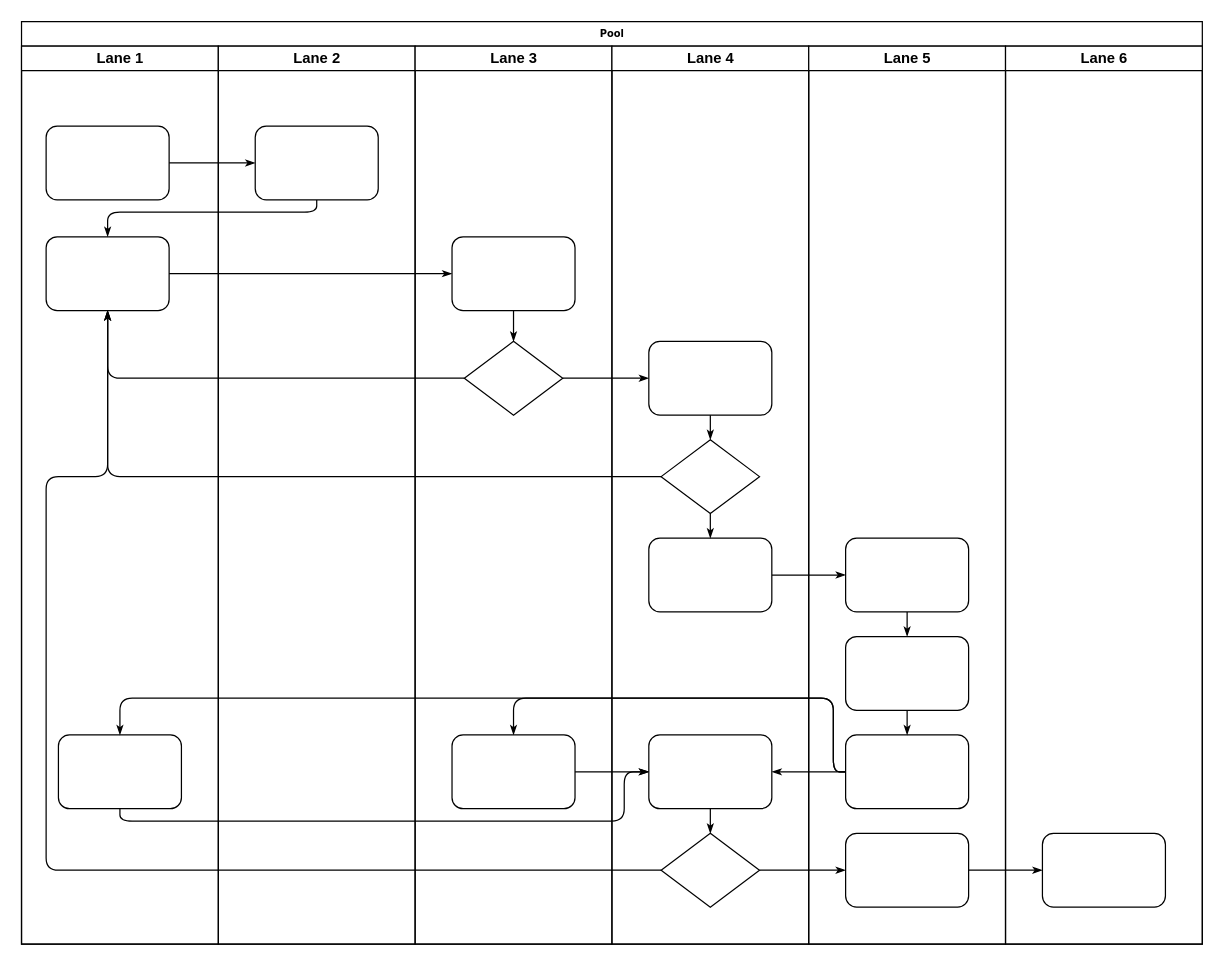
yunlongwen/draw.io keeps this draw.io diagram as 亮暗线打屏.drawio. Above is the earlier version. Source tidied: cells renumbered, new cells numbered last; positions are measured from the earlier drawing's top-left corner, leaving out a move shared by most shapes. Both pictures are drawn from the tidied source at 123%, with x=0, y=0 at pixel (21, 21).
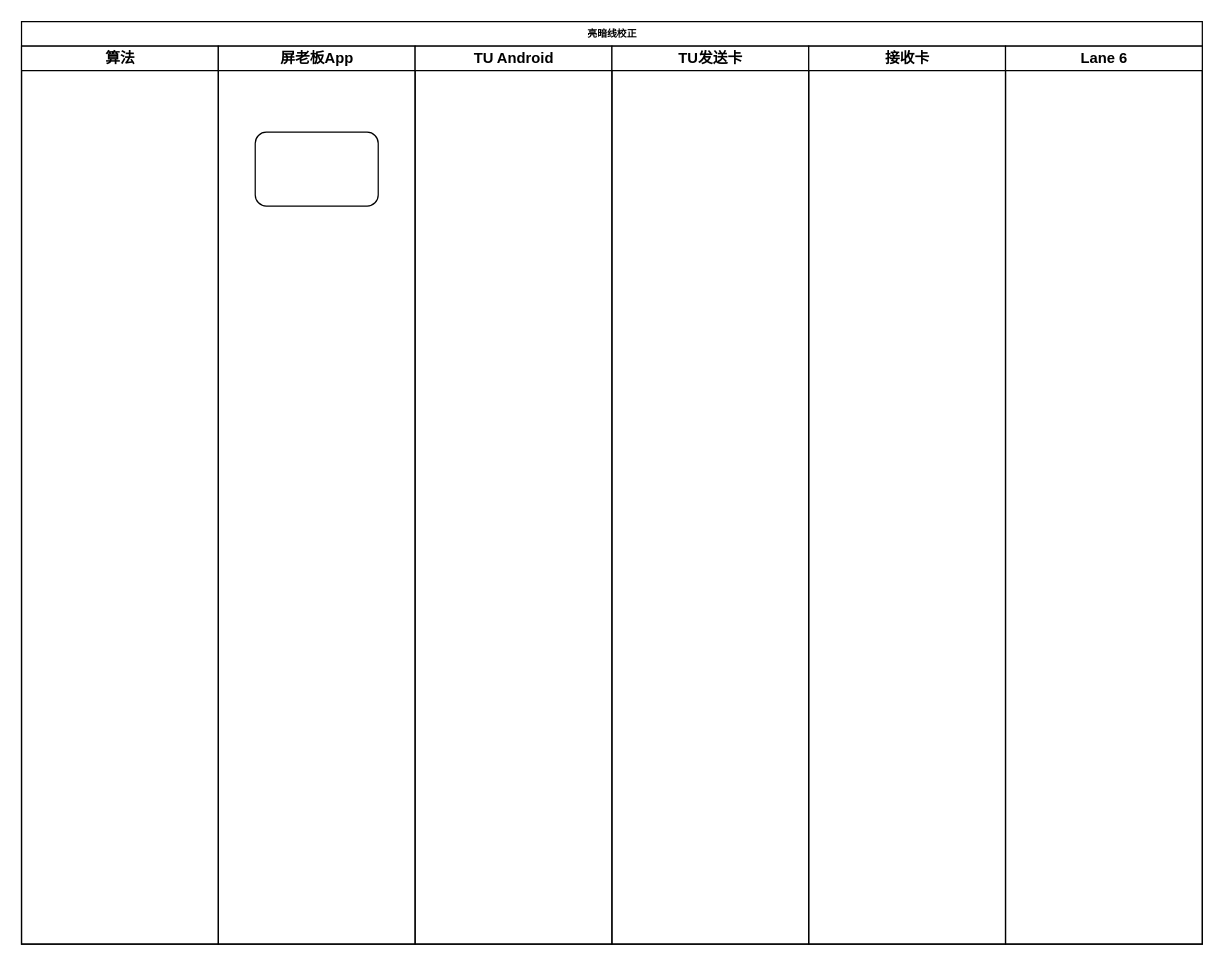
After the change.

Commit message:
更新亮暗线打屏.drawio

The change refers to these unchanged cells:
```xml
<mxCell id="45" value="Lane 6" style="swimlane;html=1;startSize=20;" parent="2" vertex="1">
  <mxGeometry x="800" y="20" width="160" height="730" as="geometry" />
</mxCell>
```

Diff of the diagram source:
```diff
@@
-    <mxCell id="2" value="Pool" style="swimlane;html=1;startSize=20;rounded=0;shadow=0;labelBackgroundColor=none;strokeWidth=1;fontFamily=Verdana;fontSize=8;align=center;" parent="1" vertex="1">
+    <mxCell id="2" value="亮暗线校正" style="swimlane;html=1;startSize=20;rounded=0;shadow=0;labelBackgroundColor=none;strokeWidth=1;fontFamily=Verdana;fontSize=8;align=center;" parent="1" vertex="1">
       <mxGeometry width="960" height="750" as="geometry" />
     </mxCell>
-    <mxCell id="3" value="Lane 1" style="swimlane;html=1;startSize=20;" parent="2" vertex="1">
+    <mxCell id="3" value="算法" style="swimlane;html=1;startSize=20;" parent="2" vertex="1">
       <mxGeometry y="20" width="160" height="730" as="geometry" />
     </mxCell>
+    <mxCell id="22" value="屏老板App" style="swimlane;html=1;startSize=20;" parent="2" vertex="1">
+      <mxGeometry x="160" y="20" width="160" height="730" as="geometry" />
+    </mxCell>
-    <mxCell id="4" style="rounded=1;whiteSpace=wrap;html=1;shadow=0;labelBackgroundColor=none;strokeWidth=1;fontFamily=Verdana;fontSize=8;align=center;" parent="3" vertex="1">
-      <mxGeometry x="20" y="65" width="100" height="60" as="geometry" />
+    <mxCell id="4" style="rounded=1;whiteSpace=wrap;html=1;shadow=0;labelBackgroundColor=none;strokeWidth=1;fontFamily=Verdana;fontSize=8;align=center;" parent="22" vertex="1">
+      <mxGeometry x="30" y="70" width="100" height="60" as="geometry" />
     </mxCell>
-    <mxCell id="5" style="rounded=1;whiteSpace=wrap;html=1;shadow=0;labelBackgroundColor=none;strokeWidth=1;fontFamily=Verdana;fontSize=8;align=center;" parent="3" vertex="1">
-      <mxGeometry x="20" y="155" width="100" height="60" as="geometry" />
-    </mxCell>
-    <mxCell id="6" style="rounded=1;whiteSpace=wrap;html=1;shadow=0;labelBackgroundColor=none;strokeWidth=1;fontFamily=Verdana;fontSize=8;align=center;" parent="3" vertex="1">
-      <mxGeometry x="30" y="560" width="100" height="60" as="geometry" />
-    </mxCell>
-    <mxCell id="7" style="edgeStyle=orthogonalEdgeStyle;rounded=1;html=1;labelBackgroundColor=none;startArrow=none;startFill=0;startSize=5;endArrow=classicThin;endFill=1;endSize=5;jettySize=auto;strokeWidth=1;fontFamily=Verdana;fontSize=8;" parent="2" edge="1" source="4" target="23">
-      <mxGeometry relative="1" as="geometry" />
-    </mxCell>
-    <mxCell id="8" style="edgeStyle=orthogonalEdgeStyle;rounded=1;html=1;labelBackgroundColor=none;startArrow=none;startFill=0;startSize=5;endArrow=classicThin;endFill=1;endSize=5;jettySize=auto;strokeWidth=1;fontFamily=Verdana;fontSize=8;" parent="2" edge="1" source="23" target="5">
-      <mxGeometry relative="1" as="geometry">
-        <Array as="points">
-          <mxPoint x="240" y="155" />
-          <mxPoint x="70" y="155" />
-        </Array>
-      </mxGeometry>
-    </mxCell>
-    <mxCell id="9" style="edgeStyle=orthogonalEdgeStyle;rounded=1;html=1;labelBackgroundColor=none;startArrow=none;startFill=0;startSize=5;endArrow=classicThin;endFill=1;endSize=5;jettySize=auto;strokeWidth=1;fontFamily=Verdana;fontSize=8;" parent="2" edge="1" source="5" target="25">
-      <mxGeometry relative="1" as="geometry" />
-    </mxCell>
-    <mxCell id="10" style="edgeStyle=orthogonalEdgeStyle;rounded=1;html=1;labelBackgroundColor=none;startArrow=none;startFill=0;startSize=5;endArrow=classicThin;endFill=1;endSize=5;jettySize=auto;strokeWidth=1;fontFamily=Verdana;fontSize=8;" parent="2" edge="1" source="26" target="5">
-      <mxGeometry relative="1" as="geometry" />
-    </mxCell>
-    <mxCell id="11" style="edgeStyle=orthogonalEdgeStyle;rounded=1;html=1;labelBackgroundColor=none;startArrow=none;startFill=0;startSize=5;endArrow=classicThin;endFill=1;endSize=5;jettySize=auto;strokeWidth=1;fontFamily=Verdana;fontSize=8;" parent="2" edge="1" source="31" target="5">
-      <mxGeometry relative="1" as="geometry" />
-    </mxCell>
-    <mxCell id="12" style="edgeStyle=orthogonalEdgeStyle;rounded=1;html=1;labelBackgroundColor=none;startArrow=none;startFill=0;startSize=5;endArrow=classicThin;endFill=1;endSize=5;jettySize=auto;strokeWidth=1;fontFamily=Verdana;fontSize=8;" parent="2" edge="1" source="34" target="5">
-      <mxGeometry relative="1" as="geometry">
-        <Array as="points">
-          <mxPoint x="20" y="690" />
-          <mxPoint x="20" y="370" />
-          <mxPoint x="70" y="370" />
-        </Array>
-      </mxGeometry>
-    </mxCell>
-    <mxCell id="13" style="edgeStyle=orthogonalEdgeStyle;rounded=1;html=1;labelBackgroundColor=none;startArrow=none;startFill=0;startSize=5;endArrow=classicThin;endFill=1;endSize=5;jettySize=auto;strokeWidth=1;fontFamily=Verdana;fontSize=8;" parent="2" edge="1" source="26" target="30">
-      <mxGeometry relative="1" as="geometry" />
-    </mxCell>
-    <mxCell id="14" style="edgeStyle=orthogonalEdgeStyle;rounded=1;html=1;labelBackgroundColor=none;startArrow=none;startFill=0;startSize=5;endArrow=classicThin;endFill=1;endSize=5;jettySize=auto;strokeWidth=1;fontFamily=Verdana;fontSize=8;" parent="2" edge="1" source="34" target="42">
-      <mxGeometry relative="1" as="geometry" />
-    </mxCell>
-    <mxCell id="15" style="edgeStyle=orthogonalEdgeStyle;rounded=1;html=1;labelBackgroundColor=none;startArrow=none;startFill=0;startSize=5;endArrow=classicThin;endFill=1;endSize=5;jettySize=auto;strokeWidth=1;fontFamily=Verdana;fontSize=8;" parent="2" edge="1" source="42" target="46">
-      <mxGeometry relative="1" as="geometry" />
-    </mxCell>
-    <mxCell id="16" style="edgeStyle=orthogonalEdgeStyle;rounded=1;html=1;labelBackgroundColor=none;startArrow=none;startFill=0;startSize=5;endArrow=classicThin;endFill=1;endSize=5;jettySize=auto;strokeWidth=1;fontFamily=Verdana;fontSize=8;" parent="2" edge="1" source="32" target="39">
-      <mxGeometry relative="1" as="geometry" />
-    </mxCell>
-    <mxCell id="17" style="edgeStyle=orthogonalEdgeStyle;rounded=1;html=1;labelBackgroundColor=none;startArrow=none;startFill=0;startSize=5;endArrow=classicThin;endFill=1;endSize=5;jettySize=auto;strokeWidth=1;fontFamily=Verdana;fontSize=8;" parent="2" edge="1" source="41" target="27">
-      <mxGeometry relative="1" as="geometry">
-        <Array as="points">
-          <mxPoint x="660" y="610" />
-          <mxPoint x="660" y="550" />
-          <mxPoint x="400" y="550" />
-        </Array>
-      </mxGeometry>
-    </mxCell>
-    <mxCell id="18" style="edgeStyle=orthogonalEdgeStyle;rounded=1;html=1;labelBackgroundColor=none;startArrow=none;startFill=0;startSize=5;endArrow=classicThin;endFill=1;endSize=5;jettySize=auto;strokeColor=#000000;strokeWidth=1;fontFamily=Verdana;fontSize=8;fontColor=#000000;" parent="2" edge="1" source="41" target="33">
-      <mxGeometry relative="1" as="geometry" />
-    </mxCell>
-    <mxCell id="19" style="edgeStyle=orthogonalEdgeStyle;rounded=1;html=1;labelBackgroundColor=none;startArrow=none;startFill=0;startSize=5;endArrow=classicThin;endFill=1;endSize=5;jettySize=auto;strokeWidth=1;fontFamily=Verdana;fontSize=8;" parent="2" edge="1" source="41" target="6">
-      <mxGeometry relative="1" as="geometry">
-        <Array as="points">
-          <mxPoint x="660" y="610" />
-          <mxPoint x="660" y="550" />
-          <mxPoint x="80" y="550" />
-        </Array>
-      </mxGeometry>
-    </mxCell>
-    <mxCell id="20" style="edgeStyle=orthogonalEdgeStyle;rounded=1;html=1;labelBackgroundColor=none;startArrow=none;startFill=0;startSize=5;endArrow=classicThin;endFill=1;endSize=5;jettySize=auto;strokeWidth=1;fontFamily=Verdana;fontSize=8;" parent="2" edge="1" source="6" target="33">
-      <mxGeometry relative="1" as="geometry">
-        <Array as="points">
-          <mxPoint x="80" y="650" />
-          <mxPoint x="490" y="650" />
-          <mxPoint x="490" y="610" />
-        </Array>
-      </mxGeometry>
-    </mxCell>
-    <mxCell id="21" style="edgeStyle=orthogonalEdgeStyle;rounded=1;html=1;labelBackgroundColor=none;startArrow=none;startFill=0;startSize=5;endArrow=classicThin;endFill=1;endSize=5;jettySize=auto;strokeWidth=1;fontFamily=Verdana;fontSize=8;" parent="2" edge="1" source="27" target="33">
-      <mxGeometry relative="1" as="geometry" />
-    </mxCell>
-    <mxCell id="22" value="Lane 2" style="swimlane;html=1;startSize=20;" parent="2" vertex="1">
-      <mxGeometry x="160" y="20" width="160" height="730" as="geometry" />
-    </mxCell>
-    <mxCell id="23" style="rounded=1;whiteSpace=wrap;html=1;shadow=0;labelBackgroundColor=none;strokeWidth=1;fontFamily=Verdana;fontSize=8;align=center;" parent="22" vertex="1">
-      <mxGeometry x="30" y="65" width="100" height="60" as="geometry" />
-    </mxCell>
-    <mxCell id="24" value="Lane 3" style="swimlane;html=1;startSize=20;" parent="2" vertex="1">
+    <mxCell id="24" value="TU Android" style="swimlane;html=1;startSize=20;" parent="2" vertex="1">
       <mxGeometry x="320" y="20" width="160" height="730" as="geometry" />
     </mxCell>
-    <mxCell id="25" style="rounded=1;whiteSpace=wrap;html=1;shadow=0;labelBackgroundColor=none;strokeWidth=1;fontFamily=Verdana;fontSize=8;align=center;" parent="24" vertex="1">
-      <mxGeometry x="30" y="155" width="100" height="60" as="geometry" />
-    </mxCell>
-    <mxCell id="26" style="rhombus;whiteSpace=wrap;html=1;rounded=0;shadow=0;labelBackgroundColor=none;strokeWidth=1;fontFamily=Verdana;fontSize=8;align=center;" parent="24" vertex="1">
-      <mxGeometry x="40" y="240" width="80" height="60" as="geometry" />
-    </mxCell>
-    <mxCell id="27" style="rounded=1;whiteSpace=wrap;html=1;shadow=0;labelBackgroundColor=none;strokeWidth=1;fontFamily=Verdana;fontSize=8;align=center;" parent="24" vertex="1">
-      <mxGeometry x="30" y="560" width="100" height="60" as="geometry" />
-    </mxCell>
-    <mxCell id="28" style="edgeStyle=orthogonalEdgeStyle;rounded=1;html=1;labelBackgroundColor=none;startArrow=none;startFill=0;startSize=5;endArrow=classicThin;endFill=1;endSize=5;jettySize=auto;strokeWidth=1;fontFamily=Verdana;fontSize=8;" parent="24" edge="1" source="25" target="26">
-      <mxGeometry relative="1" as="geometry" />
-    </mxCell>
-    <mxCell id="29" value="Lane 4" style="swimlane;html=1;startSize=20;" parent="2" vertex="1">
+    <mxCell id="29" value="TU发送卡" style="swimlane;html=1;startSize=20;" parent="2" vertex="1">
       <mxGeometry x="480" y="20" width="160" height="730" as="geometry" />
     </mxCell>
-    <mxCell id="30" style="rounded=1;whiteSpace=wrap;html=1;shadow=0;labelBackgroundColor=none;strokeWidth=1;fontFamily=Verdana;fontSize=8;align=center;" parent="29" vertex="1">
-      <mxGeometry x="30" y="240" width="100" height="60" as="geometry" />
-    </mxCell>
-    <mxCell id="31" style="rhombus;whiteSpace=wrap;html=1;rounded=0;shadow=0;labelBackgroundColor=none;strokeWidth=1;fontFamily=Verdana;fontSize=8;align=center;" parent="29" vertex="1">
-      <mxGeometry x="40" y="320" width="80" height="60" as="geometry" />
-    </mxCell>
-    <mxCell id="32" style="rounded=1;whiteSpace=wrap;html=1;shadow=0;labelBackgroundColor=none;strokeWidth=1;fontFamily=Verdana;fontSize=8;align=center;" parent="29" vertex="1">
-      <mxGeometry x="30" y="400" width="100" height="60" as="geometry" />
-    </mxCell>
-    <mxCell id="33" style="rounded=1;whiteSpace=wrap;html=1;shadow=0;labelBackgroundColor=none;strokeWidth=1;fontFamily=Verdana;fontSize=8;align=center;" parent="29" vertex="1">
-      <mxGeometry x="30" y="560" width="100" height="60" as="geometry" />
-    </mxCell>
-    <mxCell id="34" style="rhombus;whiteSpace=wrap;html=1;rounded=0;shadow=0;labelBackgroundColor=none;strokeWidth=1;fontFamily=Verdana;fontSize=8;align=center;" parent="29" vertex="1">
-      <mxGeometry x="40" y="640" width="80" height="60" as="geometry" />
-    </mxCell>
-    <mxCell id="35" style="edgeStyle=orthogonalEdgeStyle;rounded=1;html=1;labelBackgroundColor=none;startArrow=none;startFill=0;startSize=5;endArrow=classicThin;endFill=1;endSize=5;jettySize=auto;strokeColor=#000000;strokeWidth=1;fontFamily=Verdana;fontSize=8;fontColor=#000000;" parent="29" edge="1" source="30" target="31">
-      <mxGeometry relative="1" as="geometry" />
-    </mxCell>
-    <mxCell id="36" style="edgeStyle=orthogonalEdgeStyle;rounded=1;html=1;labelBackgroundColor=none;startArrow=none;startFill=0;startSize=5;endArrow=classicThin;endFill=1;endSize=5;jettySize=auto;strokeWidth=1;fontFamily=Verdana;fontSize=8;" parent="29" edge="1" source="31" target="32">
-      <mxGeometry relative="1" as="geometry" />
-    </mxCell>
-    <mxCell id="37" style="edgeStyle=orthogonalEdgeStyle;rounded=1;html=1;labelBackgroundColor=none;startArrow=none;startFill=0;startSize=5;endArrow=classicThin;endFill=1;endSize=5;jettySize=auto;strokeWidth=1;fontFamily=Verdana;fontSize=8;" parent="29" edge="1" source="33" target="34">
-      <mxGeometry relative="1" as="geometry" />
-    </mxCell>
-    <mxCell id="38" value="Lane 5" style="swimlane;html=1;startSize=20;" parent="2" vertex="1">
+    <mxCell id="38" value="接收卡" style="swimlane;html=1;startSize=20;" parent="2" vertex="1">
       <mxGeometry x="640" y="20" width="160" height="730" as="geometry" />
     </mxCell>
-    <mxCell id="39" style="rounded=1;whiteSpace=wrap;html=1;shadow=0;labelBackgroundColor=none;strokeWidth=1;fontFamily=Verdana;fontSize=8;align=center;" parent="38" vertex="1">
-      <mxGeometry x="30" y="400" width="100" height="60" as="geometry" />
-    </mxCell>
-    <mxCell id="40" style="rounded=1;whiteSpace=wrap;html=1;shadow=0;labelBackgroundColor=none;strokeWidth=1;fontFamily=Verdana;fontSize=8;align=center;" parent="38" vertex="1">
-      <mxGeometry x="30" y="480" width="100" height="60" as="geometry" />
-    </mxCell>
-    <mxCell id="41" style="rounded=1;whiteSpace=wrap;html=1;shadow=0;labelBackgroundColor=none;strokeWidth=1;fontFamily=Verdana;fontSize=8;align=center;" parent="38" vertex="1">
-      <mxGeometry x="30" y="560" width="100" height="60" as="geometry" />
-    </mxCell>
-    <mxCell id="42" style="rounded=1;whiteSpace=wrap;html=1;shadow=0;labelBackgroundColor=none;strokeWidth=1;fontFamily=Verdana;fontSize=8;align=center;" parent="38" vertex="1">
-      <mxGeometry x="30" y="640" width="100" height="60" as="geometry" />
-    </mxCell>
-    <mxCell id="43" style="edgeStyle=orthogonalEdgeStyle;rounded=1;html=1;labelBackgroundColor=none;startArrow=none;startFill=0;startSize=5;endArrow=classicThin;endFill=1;endSize=5;jettySize=auto;strokeWidth=1;fontFamily=Verdana;fontSize=8;" parent="38" edge="1" source="39" target="40">
-      <mxGeometry relative="1" as="geometry" />
-    </mxCell>
-    <mxCell id="44" style="edgeStyle=orthogonalEdgeStyle;rounded=1;html=1;labelBackgroundColor=none;startArrow=none;startFill=0;startSize=5;endArrow=classicThin;endFill=1;endSize=5;jettySize=auto;strokeWidth=1;fontFamily=Verdana;fontSize=8;" parent="38" edge="1" source="40" target="41">
-      <mxGeometry relative="1" as="geometry" />
-    </mxCell>
@@
-    <mxCell id="46" style="rounded=1;whiteSpace=wrap;html=1;shadow=0;labelBackgroundColor=none;strokeWidth=1;fontFamily=Verdana;fontSize=8;align=center;" parent="45" vertex="1">
-      <mxGeometry x="30" y="640" width="100" height="60" as="geometry" />
-    </mxCell>
```
